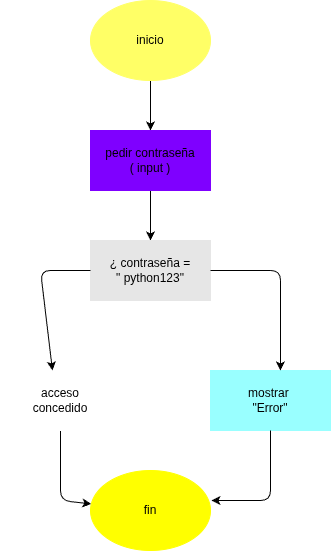
Before: ejercicio1/diagrama.png, a diagram exported from draw.io (jonatangarzon/Taller-repetitiva-con-while). Source tidied: cells renumbered, new cells last; positions are measured from the earlier drawing's top-left corner, leaving out a move shared by most shapes.
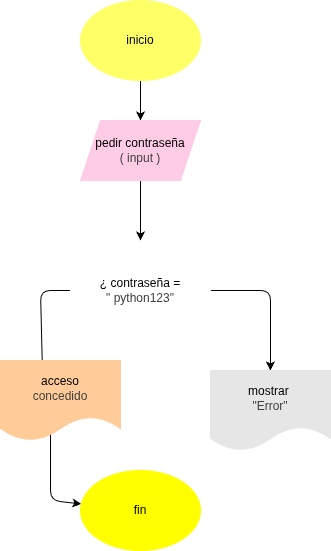
The same file after the commit.

The edit, as a diff of the source:
```diff
@@ -2,57 +2,58 @@
   <root>
     <mxCell id="0" />
     <mxCell id="1" parent="0" />
-    <mxCell id="2" style="edgeStyle=none;html=1;" parent="1" edge="1" source="3" target="5">
-      <mxGeometry relative="1" as="geometry" />
+    <mxCell id="2" style="edgeStyle=none;html=1;" parent="1" edge="1" source="3">
+      <mxGeometry relative="1" as="geometry">
+        <mxPoint x="150" y="120" as="targetPoint" />
+      </mxGeometry>
     </mxCell>
     <mxCell id="3" value="inicio" style="ellipse;whiteSpace=wrap;html=1;fillColor=#FFFF66;strokeColor=#FFFF66;" parent="1" vertex="1">
       <mxGeometry x="90" width="120" height="80" as="geometry" />
     </mxCell>
-    <mxCell id="4" style="edgeStyle=none;html=1;entryX=0.5;entryY=0;entryDx=0;entryDy=0;" parent="1" edge="1" source="5" target="6">
-      <mxGeometry relative="1" as="geometry" />
+    <mxCell id="4" style="edgeStyle=none;html=1;entryX=0.5;entryY=0;entryDx=0;entryDy=0;" parent="1" edge="1">
+      <mxGeometry relative="1" as="geometry">
+        <mxPoint x="150" y="180" as="sourcePoint" />
+        <mxPoint x="150" y="240" as="targetPoint" />
+      </mxGeometry>
     </mxCell>
-    <mxCell id="5" value="pedir contraseña&lt;div&gt;( input )&lt;/div&gt;" style="rounded=0;whiteSpace=wrap;html=1;fillColor=#7F00FF;strokeColor=#7F00FF;" parent="1" vertex="1">
-      <mxGeometry x="90" y="130" width="120" height="60" as="geometry" />
-    </mxCell>
-    <mxCell id="6" value="¿ contraseña =&lt;div&gt;&quot; python123&quot;&lt;/div&gt;" style="rounded=0;whiteSpace=wrap;html=1;fillColor=#E6E6E6;strokeColor=#E6E6E6;" parent="1" vertex="1">
-      <mxGeometry x="90" y="240" width="120" height="60" as="geometry" />
-    </mxCell>
-    <mxCell id="7" style="edgeStyle=none;html=1;" parent="1" edge="1" source="8" target="12">
+    <mxCell id="7" style="edgeStyle=none;html=1;" parent="1" edge="1" target="12">
       <mxGeometry relative="1" as="geometry">
+        <mxPoint x="60" y="430" as="sourcePoint" />
         <Array as="points">
           <mxPoint x="60" y="500" />
         </Array>
       </mxGeometry>
     </mxCell>
-    <mxCell id="8" value="acceso&lt;div&gt;concedido&lt;/div&gt;" style="rounded=0;whiteSpace=wrap;html=1;strokeColor=#FFFFFF;" parent="1" vertex="1">
-      <mxGeometry y="370" width="120" height="60" as="geometry" />
-    </mxCell>
-    <mxCell id="9" value="mostrar&amp;nbsp;&lt;div&gt;&quot;Error&quot;&lt;/div&gt;" style="rounded=0;whiteSpace=wrap;html=1;fillColor=#99FFFF;strokeColor=#99FFFF;" parent="1" vertex="1">
-      <mxGeometry x="210" y="370" width="120" height="60" as="geometry" />
-    </mxCell>
-    <mxCell id="10" style="edgeStyle=none;html=1;entryX=0.433;entryY=0;entryDx=0;entryDy=0;entryPerimeter=0;" parent="1" edge="1" source="6" target="8">
+    <mxCell id="10" style="edgeStyle=none;html=1;entryX=0.433;entryY=0;entryDx=0;entryDy=0;entryPerimeter=0;exitX=0;exitY=0.5;exitDx=0;exitDy=0;" parent="1" edge="1" source="6">
       <mxGeometry relative="1" as="geometry">
+        <mxPoint x="52" y="370" as="targetPoint" />
         <Array as="points">
-          <mxPoint x="40" y="270" />
+          <mxPoint x="50" y="290" />
         </Array>
       </mxGeometry>
     </mxCell>
-    <mxCell id="11" style="edgeStyle=none;html=1;entryX=0.583;entryY=0;entryDx=0;entryDy=0;entryPerimeter=0;" parent="1" edge="1" source="6" target="9">
+    <mxCell id="11" style="edgeStyle=none;html=1;entryX=0.583;entryY=0;entryDx=0;entryDy=0;entryPerimeter=0;exitX=1;exitY=0.5;exitDx=0;exitDy=0;" parent="1" edge="1" source="6">
       <mxGeometry relative="1" as="geometry">
+        <mxPoint x="280" y="370" as="targetPoint" />
         <Array as="points">
-          <mxPoint x="280" y="270" />
+          <mxPoint x="280" y="290" />
         </Array>
       </mxGeometry>
     </mxCell>
     <mxCell id="12" value="fin" style="ellipse;whiteSpace=wrap;html=1;fillColor=#FFFF00;strokeColor=#FFFF00;" parent="1" vertex="1">
       <mxGeometry x="90" y="470" width="120" height="80" as="geometry" />
     </mxCell>
-    <mxCell id="13" style="edgeStyle=none;html=1;entryX=1.008;entryY=0.375;entryDx=0;entryDy=0;entryPerimeter=0;" parent="1" edge="1" source="9" target="12">
-      <mxGeometry relative="1" as="geometry">
-        <Array as="points">
-          <mxPoint x="270" y="500" />
-        </Array>
-      </mxGeometry>
-    </mxCell>
+    <mxCell id="5" value="&lt;span style=&quot;color: rgb(0, 0, 0);&quot;&gt;pedir contraseña&lt;/span&gt;&lt;div style=&quot;color: rgb(63, 63, 63); scrollbar-color: rgb(226, 226, 226) rgb(251, 251, 251);&quot;&gt;( input )&lt;/div&gt;" style="shape=parallelogram;perimeter=parallelogramPerimeter;whiteSpace=wrap;html=1;fixedSize=1;fillColor=#FFCCE6;strokeColor=#FFCCE6;" parent="1" vertex="1">
+      <mxGeometry x="90" y="120" width="120" height="60" as="geometry" />
+    </mxCell>
+    <mxCell id="6" value="&lt;span style=&quot;color: rgb(0, 0, 0);&quot;&gt;¿ contraseña =&lt;/span&gt;&lt;div style=&quot;color: rgb(63, 63, 63); scrollbar-color: rgb(226, 226, 226) rgb(251, 251, 251);&quot;&gt;&quot; python123&quot;&lt;/div&gt;" style="rhombus;whiteSpace=wrap;html=1;fillColor=#FFFFFF;strokeColor=#FFFFFF;" parent="1" vertex="1">
+      <mxGeometry x="80" y="250" width="140" height="80" as="geometry" />
+    </mxCell>
+    <mxCell id="8" value="&lt;span style=&quot;color: rgb(0, 0, 0);&quot;&gt;acceso&lt;/span&gt;&lt;div style=&quot;color: rgb(63, 63, 63); scrollbar-color: rgb(226, 226, 226) rgb(251, 251, 251);&quot;&gt;concedido&lt;/div&gt;" style="shape=document;whiteSpace=wrap;html=1;boundedLbl=1;fillColor=#FFCC99;strokeColor=#FFCC99;" parent="1" vertex="1">
+      <mxGeometry x="10" y="360" width="120" height="80" as="geometry" />
+    </mxCell>
+    <mxCell id="9" value="&lt;span style=&quot;color: rgb(0, 0, 0);&quot;&gt;mostrar&amp;nbsp;&lt;/span&gt;&lt;div style=&quot;color: rgb(63, 63, 63); scrollbar-color: rgb(226, 226, 226) rgb(251, 251, 251);&quot;&gt;&quot;Error&quot;&lt;/div&gt;" style="shape=document;whiteSpace=wrap;html=1;boundedLbl=1;fillColor=#E6E6E6;strokeColor=#E6E6E6;" parent="1" vertex="1">
+      <mxGeometry x="220" y="370" width="120" height="80" as="geometry" />
+    </mxCell>
   </root>
 </mxGraphModel>
```
